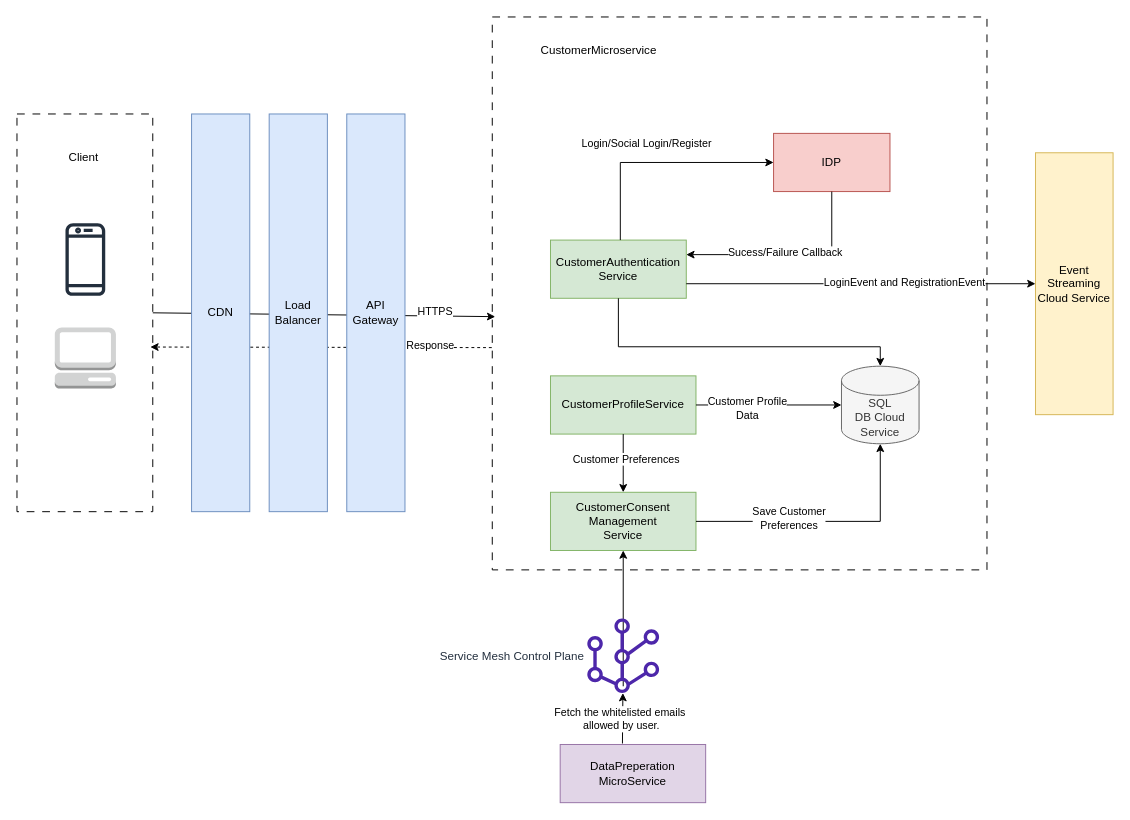
Before: Diagrams/IndividualComponentDiagrams/RawFiles/CustomerService.drawio in beyond-blueprints/arch-katas-2023, a draw.io diagram. Source tidied: cells renumbered, new cells numbered last; positions are measured from the earlier drawing's top-left corner, leaving out a move shared by most shapes. Both pictures are drawn from the tidied source at 97%, with x=0, y=0 at pixel (16, 16).
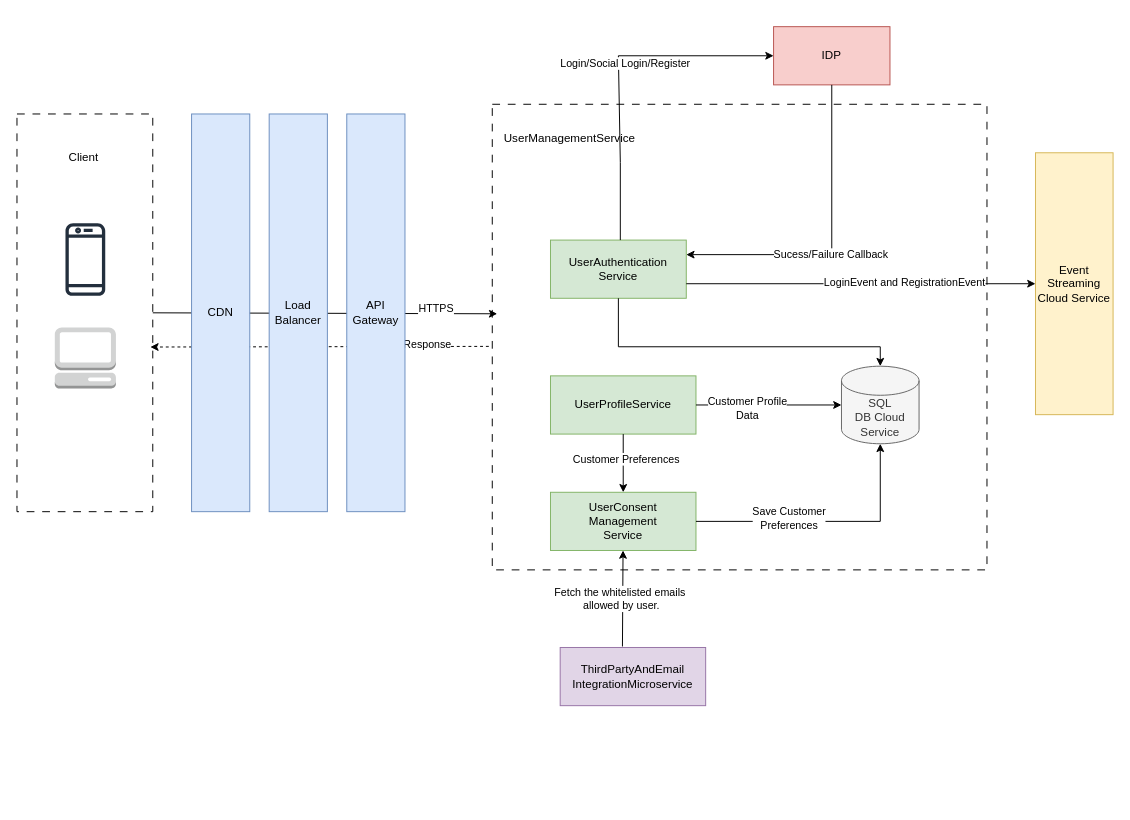
After the change.

Unchanged cells that the change refers to:
```xml
<mxCell id="19" style="rounded=0;whiteSpace=wrap;html=1;align=right;fontSize=18;labelPosition=left;verticalLabelPosition=top;verticalAlign=bottom;horizontal=1;dashed=1;dashPattern=8 8;fillStyle=auto;fillColor=none;" parent="1" vertex="1">
  <mxGeometry y="100" width="140" height="410" as="geometry" />
</mxCell>
```

The edit, as a diff of the source:
```diff
@@
-    <mxCell id="2" style="endArrow=classic;html=1;rounded=0;entryX=0.982;entryY=0.586;entryDx=0;entryDy=0;entryPerimeter=0;exitX=-0.001;exitY=0.598;exitDx=0;exitDy=0;exitPerimeter=0;dashed=1;" parent="1" edge="1" source="4" target="19">
+    <mxCell id="2" style="endArrow=classic;html=1;rounded=0;entryX=0.982;entryY=0.586;entryDx=0;entryDy=0;entryPerimeter=0;exitX=-0.007;exitY=0.52;exitDx=0;exitDy=0;dashed=1;exitPerimeter=0;" parent="1" edge="1" source="4" target="19">
       <mxGeometry relative="1" as="geometry" />
     </mxCell>
@@
     <mxCell id="4" style="rounded=0;whiteSpace=wrap;html=1;align=right;fontSize=18;labelPosition=left;verticalLabelPosition=top;verticalAlign=bottom;horizontal=1;dashed=1;dashPattern=8 8;fillStyle=auto;fillColor=none;" parent="1" vertex="1">
-      <mxGeometry x="490" width="510" height="570" as="geometry" />
+      <mxGeometry x="490" y="90" width="510" height="480" as="geometry" />
     </mxCell>
-    <mxCell id="5" value="CustomerAuthentication&lt;br&gt;Service" style="rounded=0;whiteSpace=wrap;html=1;fillColor=#d5e8d4;strokeColor=#82b366;" parent="1" vertex="1">
+    <mxCell id="5" value="UserAuthentication&lt;br&gt;Service" style="rounded=0;whiteSpace=wrap;html=1;fillColor=#d5e8d4;strokeColor=#82b366;" parent="1" vertex="1">
       <mxGeometry x="550" y="230" width="140" height="60" as="geometry" />
     </mxCell>
     <mxCell id="6" value="IDP" style="rounded=0;whiteSpace=wrap;html=1;fillColor=#f8cecc;strokeColor=#b85450;" parent="1" vertex="1">
-      <mxGeometry x="780" y="120" width="120" height="60" as="geometry" />
+      <mxGeometry x="780" y="10" width="120" height="60" as="geometry" />
     </mxCell>
     <mxCell id="7" style="endArrow=classic;html=1;rounded=0;entryX=0;entryY=0.5;entryDx=0;entryDy=0;" parent="1" edge="1" target="6">
       <mxGeometry relative="1" as="geometry">
         <mxPoint x="622" y="230" as="sourcePoint" />
         <Array as="points">
           <mxPoint x="622" y="150" />
+          <mxPoint x="620" y="40" />
         </Array>
       </mxGeometry>
     </mxCell>
@@
-    <mxCell id="10" value="CustomerMicroservice" style="text;html=1;strokeColor=none;fillColor=none;align=center;verticalAlign=middle;whiteSpace=wrap;rounded=0;" parent="1" vertex="1">
-      <mxGeometry x="570" y="20" width="60" height="30" as="geometry" />
-    </mxCell>
@@
-    <mxCell id="16" value="CustomerProfileService" style="rounded=0;whiteSpace=wrap;html=1;fillColor=#d5e8d4;strokeColor=#82b366;" parent="1" vertex="1">
+    <mxCell id="16" value="UserProfileService" style="rounded=0;whiteSpace=wrap;html=1;fillColor=#d5e8d4;strokeColor=#82b366;" parent="1" vertex="1">
       <mxGeometry x="550" y="370" width="150" height="60" as="geometry" />
     </mxCell>
@@
-    <mxCell id="21" style="endArrow=classic;html=1;rounded=0;entryX=0.006;entryY=0.542;entryDx=0;entryDy=0;entryPerimeter=0;exitX=1;exitY=0.5;exitDx=0;exitDy=0;" parent="1" edge="1" source="19" target="4">
+    <mxCell id="21" style="endArrow=classic;html=1;rounded=0;entryX=0.01;entryY=0.45;entryDx=0;entryDy=0;entryPerimeter=0;exitX=1;exitY=0.5;exitDx=0;exitDy=0;" parent="1" edge="1" source="19" target="4">
       <mxGeometry relative="1" as="geometry" />
     </mxCell>
@@
-    <mxCell id="28" value="CustomerConsent&lt;br&gt;Management&lt;br&gt;Service" style="rounded=0;whiteSpace=wrap;html=1;fillColor=#d5e8d4;strokeColor=#82b366;" parent="1" vertex="1">
+    <mxCell id="28" value="UserConsent&lt;br&gt;Management&lt;br&gt;Service" style="rounded=0;whiteSpace=wrap;html=1;fillColor=#d5e8d4;strokeColor=#82b366;" parent="1" vertex="1">
       <mxGeometry x="550" y="490" width="150" height="60" as="geometry" />
     </mxCell>
@@
-    <mxCell id="31" style="endArrow=classic;html=1;rounded=0;exitX=0.5;exitY=0;exitDx=0;exitDy=0;" parent="1" edge="1">
-      <mxGeometry relative="1" as="geometry">
-        <mxPoint x="625" y="690" as="sourcePoint" />
-        <mxPoint x="625" y="550" as="targetPoint" />
-      </mxGeometry>
-    </mxCell>
-    <mxCell id="32" value="DataPreperation&lt;br&gt;MicroService" style="rounded=0;whiteSpace=wrap;html=1;fillColor=#e1d5e7;strokeColor=#9673a6;" parent="1" vertex="1">
-      <mxGeometry x="560" y="750" width="150" height="60" as="geometry" />
+    <mxCell id="32" value="ThirdPartyAndEmail&lt;br&gt;IntegrationMicroservice" style="rounded=0;whiteSpace=wrap;html=1;fillColor=#e1d5e7;strokeColor=#9673a6;" parent="1" vertex="1">
+      <mxGeometry x="560" y="650" width="150" height="60" as="geometry" />
     </mxCell>
-    <mxCell id="33" value="Service Mesh Control Plane" style="sketch=0;outlineConnect=0;fontColor=#232F3E;gradientColor=none;fillColor=#4D27AA;strokeColor=none;dashed=0;verticalLabelPosition=middle;verticalAlign=middle;align=right;html=1;fontSize=12;fontStyle=0;shape=mxgraph.aws4.mesh;labelPosition=left;" parent="1" vertex="1">
-      <mxGeometry x="586" y="620" width="78" height="77" as="geometry" />
-    </mxCell>
-    <mxCell id="34" style="endArrow=classic;html=1;rounded=0;exitX=0.428;exitY=-0.017;exitDx=0;exitDy=0;exitPerimeter=0;" parent="1" edge="1" source="32" target="33">
+    <mxCell id="34" style="endArrow=classic;html=1;rounded=0;exitX=0.428;exitY=-0.017;exitDx=0;exitDy=0;exitPerimeter=0;" parent="1" edge="1" source="32" target="28">
       <mxGeometry relative="1" as="geometry" />
     </mxCell>
@@
+    <mxCell id="39" value="UserManagementService" style="text;html=1;strokeColor=none;fillColor=none;align=center;verticalAlign=middle;whiteSpace=wrap;rounded=0;" parent="1" vertex="1">
+      <mxGeometry x="540" y="110" width="60" height="30" as="geometry" />
+    </mxCell>
```
